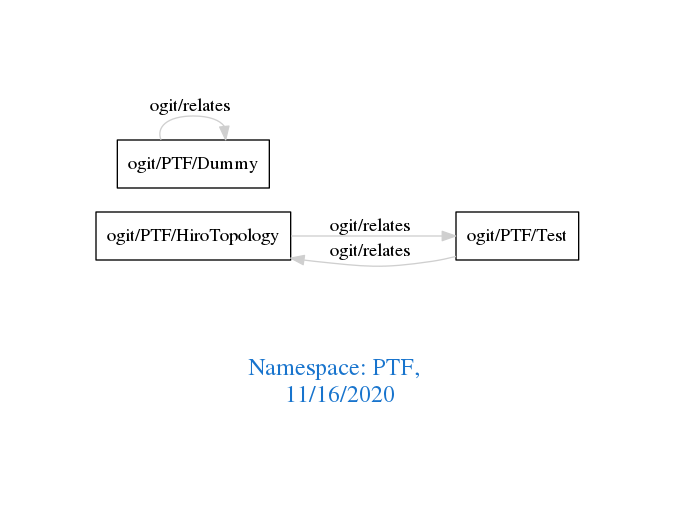
arago/OGIT keeps this Graphviz diagram as downloads/PTF.png. Above is the earlier version. Its source is kept beside it as downloads/PTF.dot.
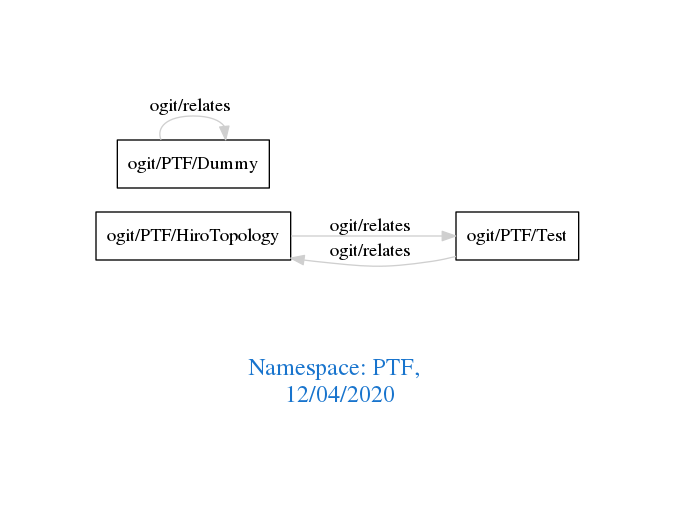
The same diagram one commit later.

What changed in the source:
```diff
@@ -1,7 +1,7 @@
 digraph OGIT_ontology {
  graph [ rankdir= LR,pad=1
 fontsize = 18,
-fontcolor= dodgerblue3,label = "\n\n\nNamespace: PTF, \n 11/16/2020"];
+fontcolor= dodgerblue3,label = "\n\n\nNamespace: PTF, \n 12/04/2020"];
 node[shape=polygon];
 edge [  color="gray81"];
 
```
